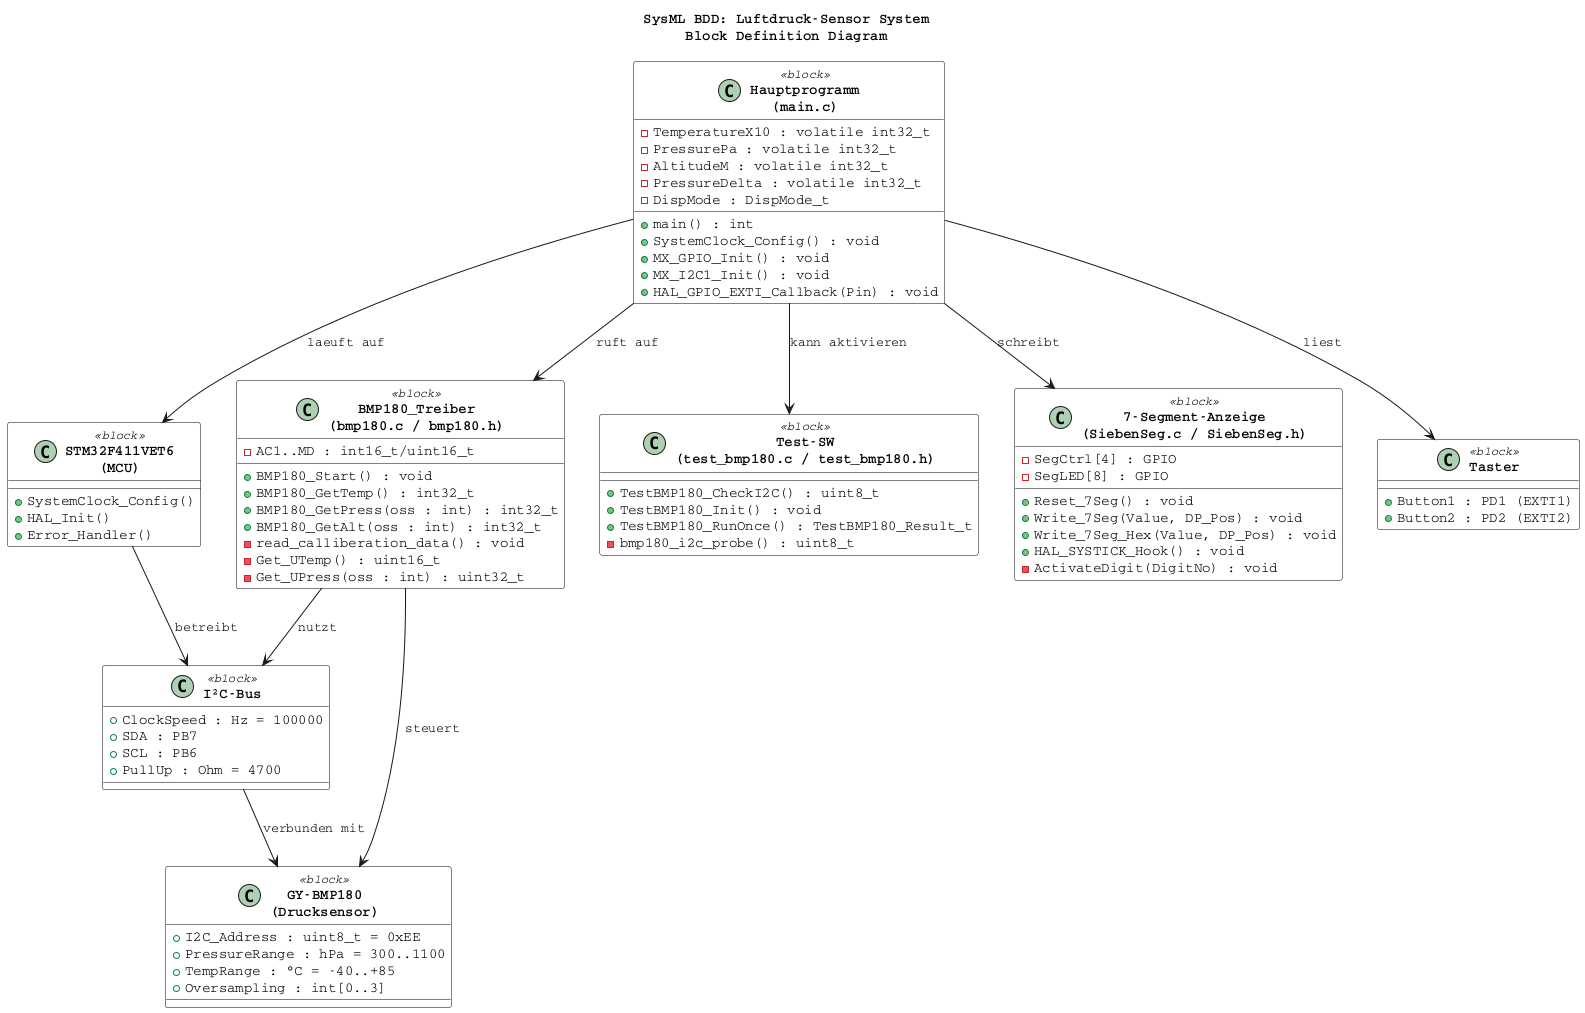
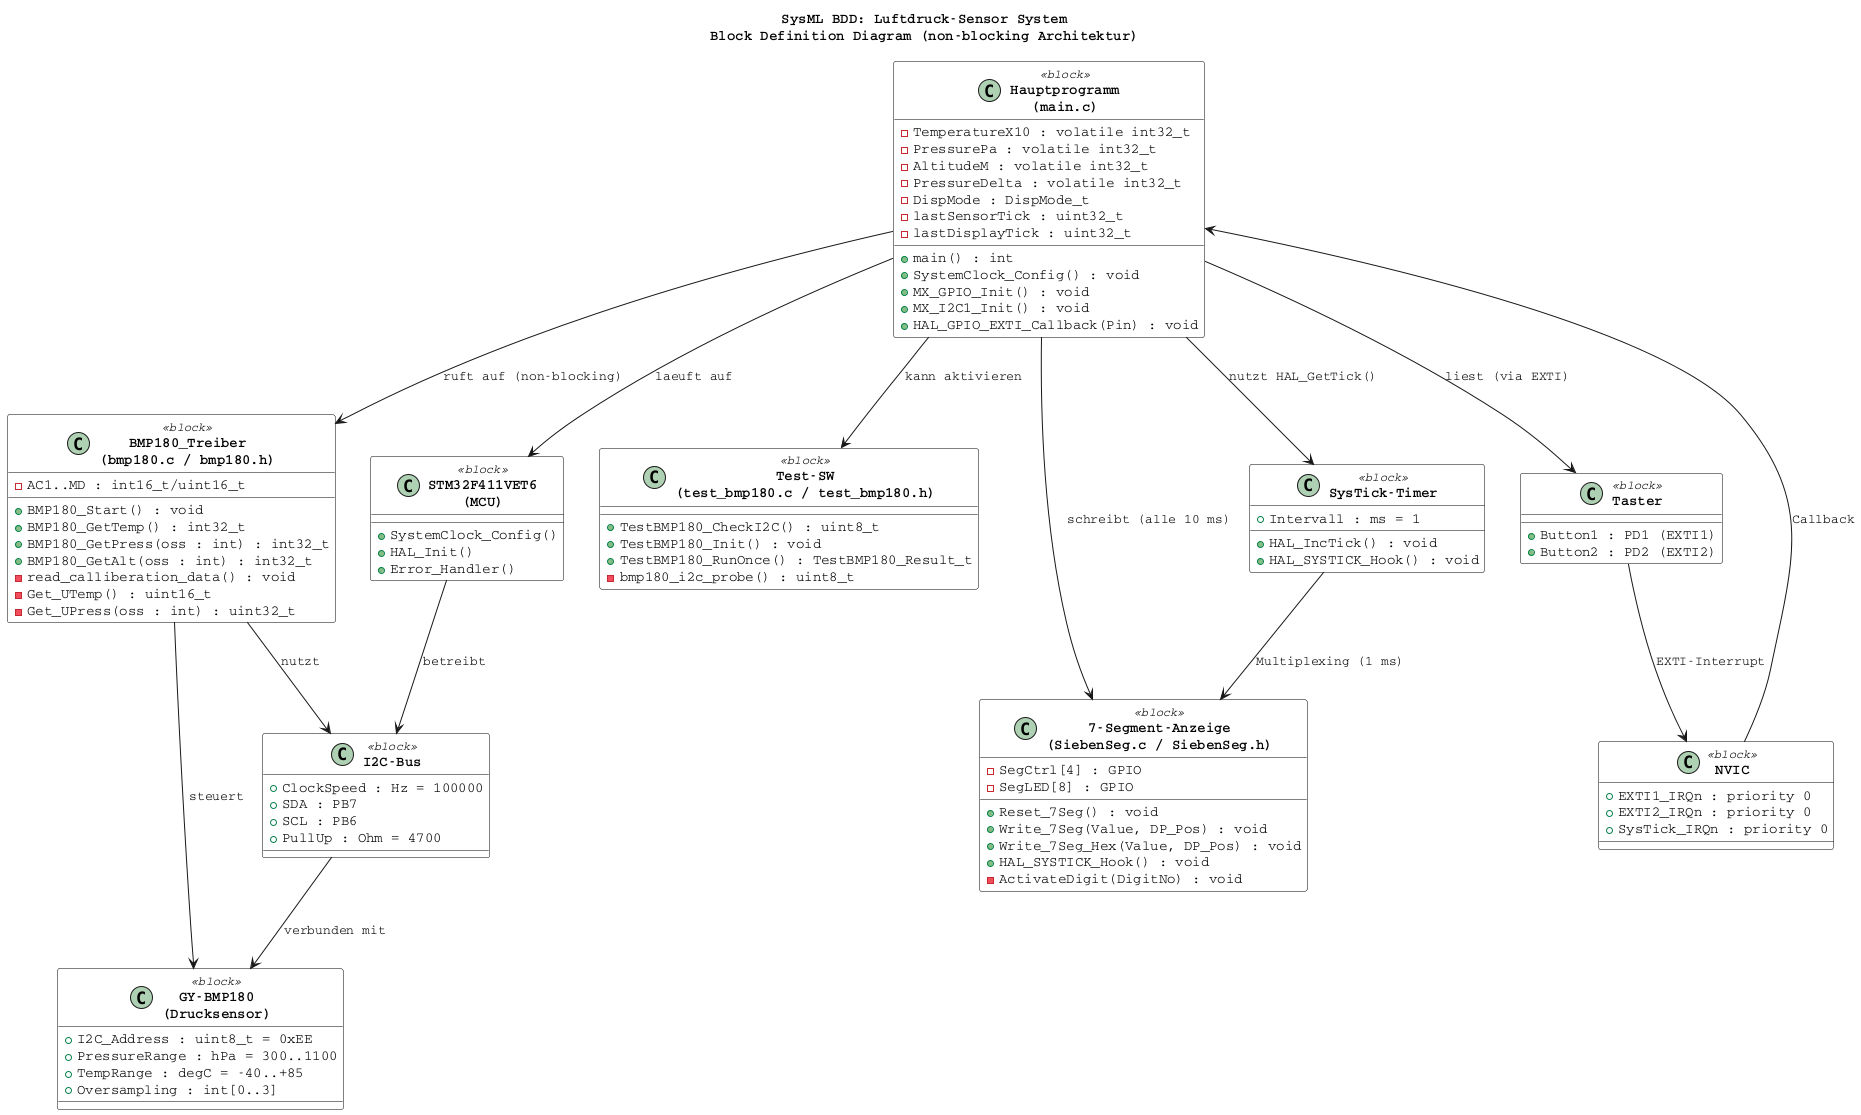
@startuml
skinparam defaultFontName Courier
skinparam class {
  BackgroundColor White
  BorderColor Black
  FontStyle bold
}

- title **SysML BDD: Luftdruck-Sensor System**\nBlock Definition Diagram
+ title **SysML BDD: Luftdruck-Sensor System**\nBlock Definition Diagram (non-blocking Architektur)

class "STM32F411VET6\n(MCU)" as MCU <<block>> {
  + SystemClock_Config()
  + HAL_Init()
  + Error_Handler()
}

class "GY-BMP180\n(Drucksensor)" as SENSOR <<block>> {
  + I2C_Address : uint8_t = 0xEE
  + PressureRange : hPa = 300..1100
-   + TempRange : °C = -40..+85
+   + TempRange : degC = -40..+85
  + Oversampling : int[0..3]
}

class "BMP180_Treiber\n(bmp180.c / bmp180.h)" as DRIVER <<block>> {
  + BMP180_Start() : void
  + BMP180_GetTemp() : int32_t
  + BMP180_GetPress(oss : int) : int32_t
  + BMP180_GetAlt(oss : int) : int32_t
  - read_calliberation_data() : void
  - Get_UTemp() : uint16_t
  - Get_UPress(oss : int) : uint32_t
  - AC1..MD : int16_t/uint16_t
}

class "Test-SW\n(test_bmp180.c / test_bmp180.h)" as TEST <<block>> {
  + TestBMP180_CheckI2C() : uint8_t
  + TestBMP180_Init() : void
  + TestBMP180_RunOnce() : TestBMP180_Result_t
  - bmp180_i2c_probe() : uint8_t
}

class "7-Segment-Anzeige\n(SiebenSeg.c / SiebenSeg.h)" as DISPLAY <<block>> {
  + Reset_7Seg() : void
  + Write_7Seg(Value, DP_Pos) : void
  + Write_7Seg_Hex(Value, DP_Pos) : void
  + HAL_SYSTICK_Hook() : void
  - ActivateDigit(DigitNo) : void
  - SegCtrl[4] : GPIO
  - SegLED[8] : GPIO
}

class "Hauptprogramm\n(main.c)" as MAIN <<block>> {
  + main() : int
  + SystemClock_Config() : void
  + MX_GPIO_Init() : void
  + MX_I2C1_Init() : void
  + HAL_GPIO_EXTI_Callback(Pin) : void
  - TemperatureX10 : volatile int32_t
  - PressurePa : volatile int32_t
  - AltitudeM : volatile int32_t
  - PressureDelta : volatile int32_t
  - DispMode : DispMode_t
+   - lastSensorTick : uint32_t
+   - lastDisplayTick : uint32_t
}

class "Taster" as BUTTON <<block>> {
  + Button1 : PD1 (EXTI1)
  + Button2 : PD2 (EXTI2)
}

- class "I²C-Bus" as I2C <<block>> {
+ class "I2C-Bus" as I2C <<block>> {
  + ClockSpeed : Hz = 100000
  + SDA : PB7
  + SCL : PB6
  + PullUp : Ohm = 4700
+ }
+ 
+ class "SysTick-Timer" as SYSTICK <<block>> {
+   + Intervall : ms = 1
+   + HAL_IncTick() : void
+   + HAL_SYSTICK_Hook() : void
+ }
+ 
+ class "NVIC" as NVIC <<block>> {
+   + EXTI1_IRQn : priority 0
+   + EXTI2_IRQn : priority 0
+   + SysTick_IRQn : priority 0
}

' Beziehungen
MCU --> I2C : betreibt
I2C --> SENSOR : verbunden mit
DRIVER --> I2C : nutzt
DRIVER --> SENSOR : steuert
- MAIN --> DRIVER : ruft auf
- MAIN --> DISPLAY : schreibt
+ MAIN --> DRIVER : ruft auf (non-blocking)
+ MAIN --> DISPLAY : schreibt (alle 10 ms)
MAIN --> TEST : kann aktivieren
- MAIN --> BUTTON : liest
+ MAIN --> BUTTON : liest (via EXTI)
MAIN --> MCU : laeuft auf
+ MAIN --> SYSTICK : nutzt HAL_GetTick()
+ SYSTICK --> DISPLAY : Multiplexing (1 ms)
+ BUTTON --> NVIC : EXTI-Interrupt
+ NVIC --> MAIN : Callback

@enduml
